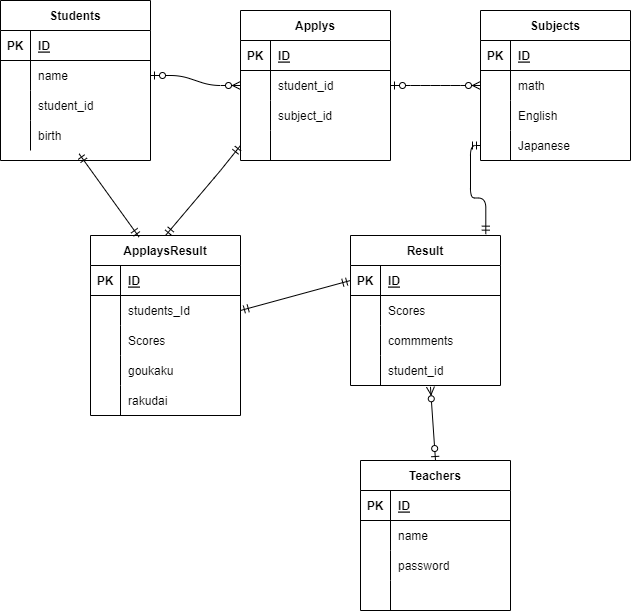
takuma1156/kadai_databases keeps this draw.io diagram as index2.drawio.png. Above is the earlier version. Source tidied: cells renumbered, new cells last; positions are measured from the earlier drawing's top-left corner, leaving out a move shared by most shapes.
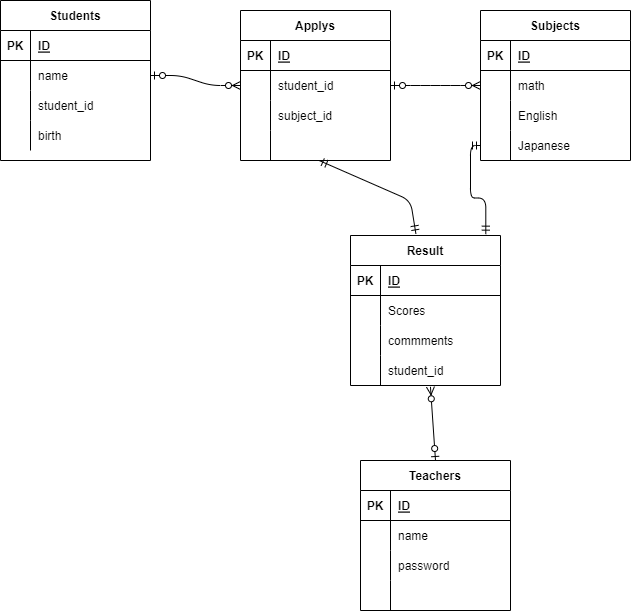
The same file after the commit.

The edit, as a diff of the source:
```diff
@@ -209,66 +209,12 @@
     <mxCell id="70" style="fontSize=12;html=1;endArrow=ERzeroToMany;startArrow=ERzeroToOne;exitX=0.5;exitY=0;exitDx=0;exitDy=0;entryX=0.533;entryY=1.044;entryDx=0;entryDy=0;entryPerimeter=0;" parent="1" edge="1" source="41" target="64">
       <mxGeometry relative="1" as="geometry" />
     </mxCell>
-    <mxCell id="71" value="ApplaysResult" style="shape=table;startSize=30;rowLines=0;fontStyle=1;align=center;" parent="1" vertex="1">
-      <mxGeometry x="90" y="235" width="150" height="180" as="geometry" />
-    </mxCell>
-    <mxCell id="72" style="shape=partialRectangle;fillColor=none;top=0;left=0;bottom=1;right=0;" parent="71" vertex="1">
-      <mxGeometry y="30" width="150" height="30" as="geometry" />
-    </mxCell>
-    <mxCell id="73" value="PK" style="shape=partialRectangle;fillColor=none;top=0;left=0;bottom=0;right=0;fontStyle=1;overflow=hidden;" parent="72" vertex="1">
-      <mxGeometry width="30" height="30" as="geometry" />
-    </mxCell>
-    <mxCell id="74" value="ID" style="shape=partialRectangle;fillColor=none;top=0;left=0;bottom=0;right=0;align=left;spacingLeft=6;fontStyle=5;overflow=hidden;" parent="72" vertex="1">
-      <mxGeometry x="30" width="120" height="30" as="geometry" />
-    </mxCell>
-    <mxCell id="75" style="shape=partialRectangle;fillColor=none;top=0;left=0;bottom=0;right=0;points=[[0,0.5],[1,0.5]];portConstraint=eastwest;" parent="71" vertex="1">
-      <mxGeometry y="60" width="150" height="30" as="geometry" />
-    </mxCell>
-    <mxCell id="76" style="shape=partialRectangle;fillColor=none;top=0;left=0;bottom=0;right=0;overflow=hidden;" parent="75" vertex="1">
-      <mxGeometry width="30" height="30" as="geometry" />
-    </mxCell>
-    <mxCell id="77" value="students_Id" style="shape=partialRectangle;fillColor=none;top=0;left=0;bottom=0;right=0;align=left;spacingLeft=6;overflow=hidden;" parent="75" vertex="1">
-      <mxGeometry x="30" width="120" height="30" as="geometry" />
-    </mxCell>
-    <mxCell id="78" style="shape=partialRectangle;fillColor=none;top=0;left=0;bottom=0;right=0;" parent="71" vertex="1">
-      <mxGeometry y="90" width="150" height="30" as="geometry" />
-    </mxCell>
-    <mxCell id="79" style="shape=partialRectangle;fillColor=none;top=0;left=0;bottom=0;right=0;overflow=hidden;" parent="78" vertex="1">
-      <mxGeometry width="30" height="30" as="geometry" />
-    </mxCell>
-    <mxCell id="80" value="Scores" style="shape=partialRectangle;fillColor=none;top=0;left=0;bottom=0;right=0;align=left;spacingLeft=6;overflow=hidden;" parent="78" vertex="1">
-      <mxGeometry x="30" width="120" height="30" as="geometry" />
-    </mxCell>
-    <mxCell id="81" style="shape=partialRectangle;fillColor=none;top=0;left=0;bottom=0;right=0;" parent="71" vertex="1">
-      <mxGeometry y="120" width="150" height="30" as="geometry" />
-    </mxCell>
-    <mxCell id="82" style="shape=partialRectangle;fillColor=none;top=0;left=0;bottom=0;right=0;overflow=hidden;" parent="81" vertex="1">
-      <mxGeometry width="30" height="30" as="geometry" />
-    </mxCell>
-    <mxCell id="83" value="goukaku" style="shape=partialRectangle;fillColor=none;top=0;left=0;bottom=0;right=0;align=left;spacingLeft=6;overflow=hidden;" parent="81" vertex="1">
-      <mxGeometry x="30" width="120" height="30" as="geometry" />
-    </mxCell>
-    <mxCell id="84" style="shape=partialRectangle;fillColor=none;top=0;left=0;bottom=0;right=0;" parent="71" vertex="1">
-      <mxGeometry y="150" width="150" height="30" as="geometry" />
-    </mxCell>
-    <mxCell id="85" style="shape=partialRectangle;fillColor=none;top=0;left=0;bottom=0;right=0;overflow=hidden;" parent="84" vertex="1">
-      <mxGeometry width="30" height="30" as="geometry" />
-    </mxCell>
-    <mxCell id="86" value="rakudai" style="shape=partialRectangle;fillColor=none;top=0;left=0;bottom=0;right=0;align=left;spacingLeft=6;overflow=hidden;" parent="84" vertex="1">
-      <mxGeometry x="30" width="120" height="30" as="geometry" />
-    </mxCell>
-    <mxCell id="87" style="fontSize=12;html=1;endArrow=ERmandOne;startArrow=ERmandOne;entryX=0;entryY=0.5;entryDx=0;entryDy=0;exitX=0.5;exitY=0;exitDx=0;exitDy=0;" parent="1" edge="1" source="71" target="25">
-      <mxGeometry relative="1" as="geometry">
-        <Array as="points">
-          <mxPoint x="220" y="170" />
-        </Array>
-      </mxGeometry>
-    </mxCell>
-    <mxCell id="88" style="fontSize=12;html=1;endArrow=ERmandOne;startArrow=ERmandOne;entryX=0;entryY=0.5;entryDx=0;entryDy=0;exitX=1;exitY=0.5;exitDx=0;exitDy=0;" parent="1" edge="1" source="75" target="55">
-      <mxGeometry relative="1" as="geometry" />
-    </mxCell>
-    <mxCell id="89" style="fontSize=12;html=1;endArrow=ERmandOne;startArrow=ERmandOne;entryX=0.524;entryY=1.111;entryDx=0;entryDy=0;exitX=0.324;exitY=0.009;exitDx=0;exitDy=0;entryPerimeter=0;exitPerimeter=0;" parent="1" edge="1" source="71" target="12">
-      <mxGeometry relative="1" as="geometry" />
+    <mxCell id="89" style="fontSize=12;html=1;endArrow=ERmandOne;startArrow=ERmandOne;entryX=0.524;entryY=1;entryDx=0;entryDy=0;exitX=0.436;exitY=-0.011;exitDx=0;exitDy=0;entryPerimeter=0;exitPerimeter=0;" parent="1" edge="1" source="54" target="25">
+      <mxGeometry relative="1" as="geometry">
+        <Array as="points">
+          <mxPoint x="410" y="200" />
+        </Array>
+      </mxGeometry>
     </mxCell>
   </root>
 </mxGraphModel>
```
